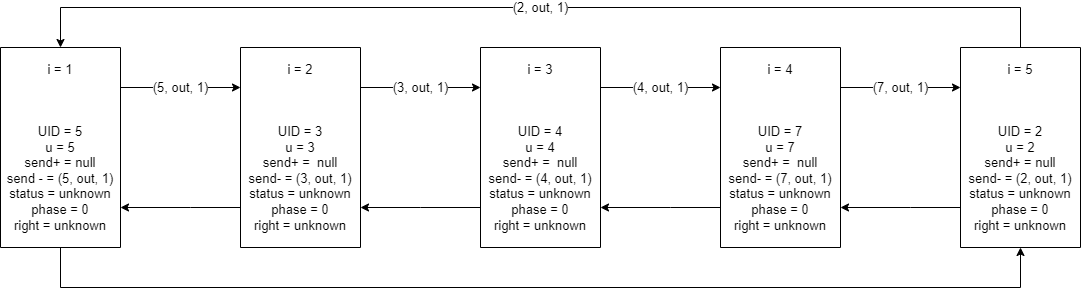
Above: tods/01-tods.drawio.png in h1tlan/tods_first_exercise (draw.io), before the change. Source tidied: cells renumbered, new cells last; positions are measured from the earlier drawing's top-left corner, leaving out a move shared by most shapes.
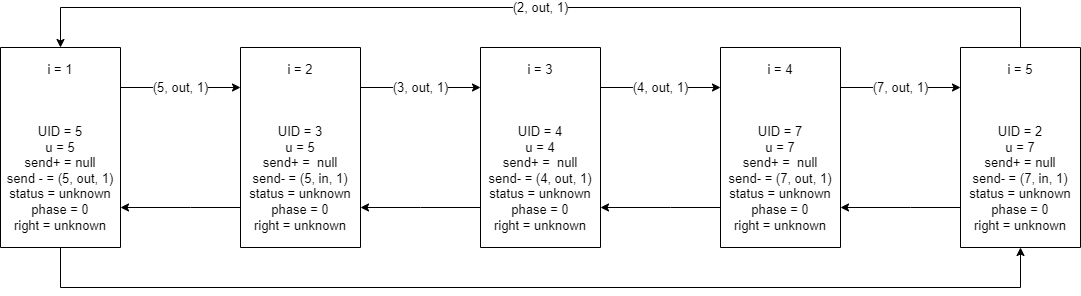
Later version of the same file.

What changed in the source:
```diff
@@ -37,7 +37,7 @@
         </Array>
       </mxGeometry>
     </mxCell>
-    <mxCell id="7" value="i = 2&lt;br&gt;&lt;br&gt;&lt;br&gt;&lt;br&gt;UID = 3&lt;br&gt;u = 3&lt;br&gt;send+ =&amp;nbsp; null&lt;br&gt;send- = (3, out, 1)&lt;br&gt;status = unknown&lt;br&gt;phase = 0&lt;br&gt;right = unknown" style="rounded=0;whiteSpace=wrap;html=1;fontSize=13;direction=south;" parent="1" vertex="1">
+    <mxCell id="7" value="i = 2&lt;br&gt;&lt;br&gt;&lt;br&gt;&lt;br&gt;UID = 3&lt;br&gt;u = 5&lt;br&gt;send+ =&amp;nbsp; null&lt;br&gt;send- = (5, in, 1)&lt;br&gt;status = unknown&lt;br&gt;phase = 0&lt;br&gt;right = unknown" style="rounded=0;whiteSpace=wrap;html=1;fontSize=13;direction=south;" parent="1" vertex="1">
       <mxGeometry x="240" y="40" width="120" height="200" as="geometry" />
     </mxCell>
     <mxCell id="8" style="edgeStyle=orthogonalEdgeStyle;rounded=0;jettySize=auto;html=1;labelBorderColor=none;fontSize=13;" parent="1" edge="1" source="10" target="7">
@@ -94,7 +94,7 @@
         </Array>
       </mxGeometry>
     </mxCell>
-    <mxCell id="16" value="i = 5&lt;br&gt;&lt;br&gt;&lt;br&gt;&lt;br&gt;UID = 2&lt;br&gt;u = 2&lt;br&gt;send+ = null&lt;br&gt;send- = (2, out, 1)&lt;br&gt;status = unknown&lt;br&gt;phase = 0&lt;br&gt;right = unknown" style="rounded=0;whiteSpace=wrap;html=1;fontSize=13;direction=south;" parent="1" vertex="1">
+    <mxCell id="16" value="i = 5&lt;br&gt;&lt;br&gt;&lt;br&gt;&lt;br&gt;UID = 2&lt;br&gt;u = 7&lt;br&gt;send+ = null&lt;br&gt;send- = (7, in, 1)&lt;br&gt;status = unknown&lt;br&gt;phase = 0&lt;br&gt;right = unknown" style="rounded=0;whiteSpace=wrap;html=1;fontSize=13;direction=south;" parent="1" vertex="1">
       <mxGeometry x="960" y="40" width="120" height="200" as="geometry" />
     </mxCell>
   </root>
```
